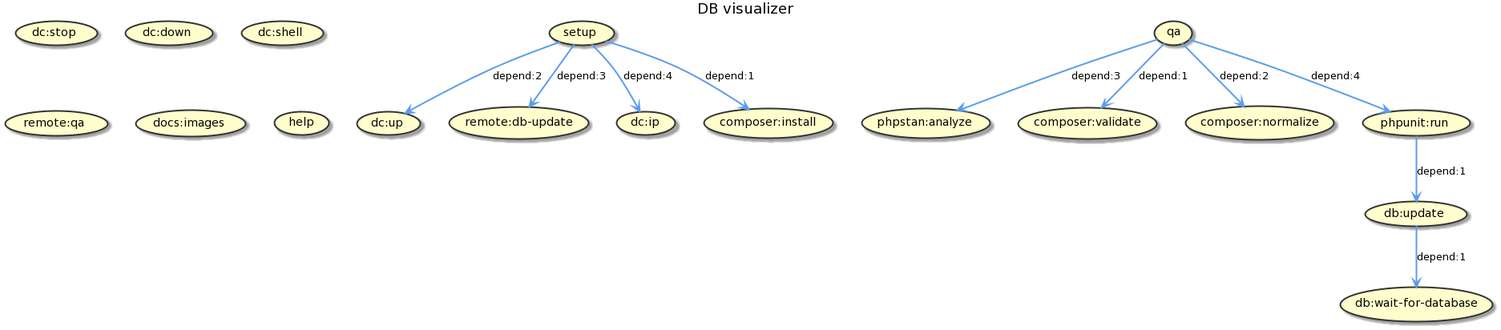
jawira/db-draw keeps this PlantUML diagram as docs/images/build.png. Above is the earlier version.
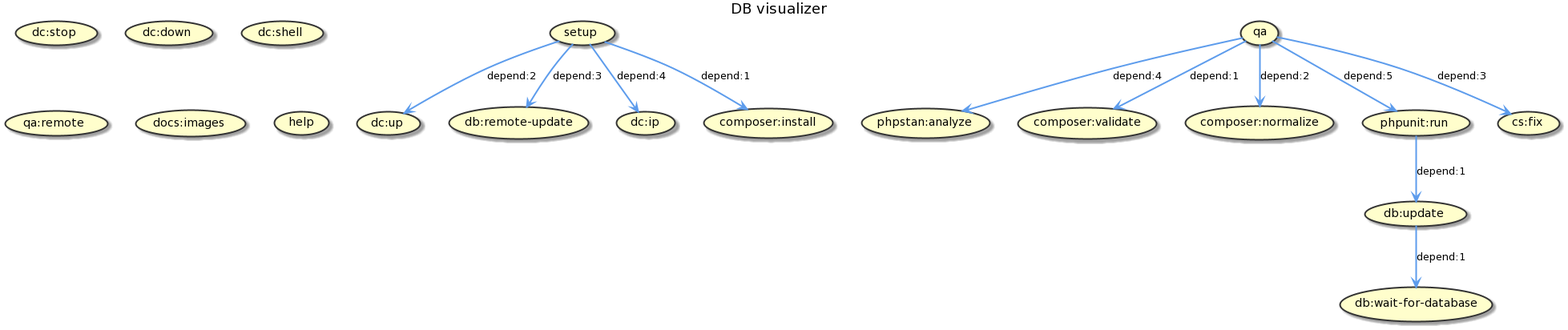
The same file after the commit.

Commit message:
Create midi diagram

Change to the diagram source:
```diff
@@ -12,11 +12,11 @@
 (dc:up)
 (dc:stop)
 (dc:down)
-(remote:db-update)
+(db:remote-update)
 (db:update)
 (dc:ip)
 (dc:shell)
-(remote:qa)
+(qa:remote)
 (phpstan:analyze)
 (composer:validate)
 (composer:normalize)
@@ -25,16 +25,18 @@
 (phpunit:run)
 (db:wait-for-database)
 (help)
+(cs:fix)
 
 
 (setup) -[#5D9CEC]-> (composer:install) : depend:1
 (setup) -[#5D9CEC]-> (dc:up) : depend:2
-(setup) -[#5D9CEC]-> (remote:db-update) : depend:3
+(setup) -[#5D9CEC]-> (db:remote-update) : depend:3
 (setup) -[#5D9CEC]-> (dc:ip) : depend:4
 (qa) -[#5D9CEC]-> (composer:validate) : depend:1
 (qa) -[#5D9CEC]-> (composer:normalize) : depend:2
-(qa) -[#5D9CEC]-> (phpstan:analyze) : depend:3
-(qa) -[#5D9CEC]-> (phpunit:run) : depend:4
+(qa) -[#5D9CEC]-> (cs:fix) : depend:3
+(qa) -[#5D9CEC]-> (phpstan:analyze) : depend:4
+(qa) -[#5D9CEC]-> (phpunit:run) : depend:5
 (db:update) -[#5D9CEC]-> (db:wait-for-database) : depend:1
 (phpunit:run) -[#5D9CEC]-> (db:update) : depend:1
 @enduml
```
